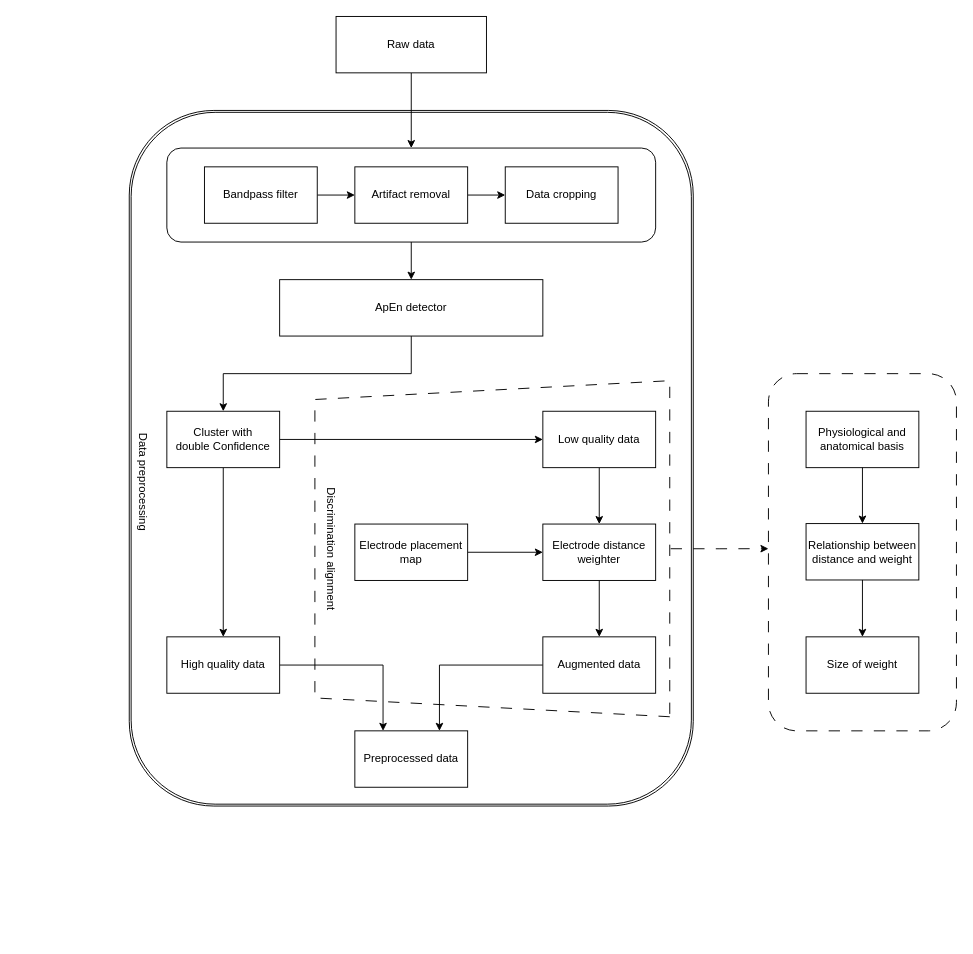
JiPingCui/hello-world keeps this draw.io diagram as Flowchart_0401汇报版本.drawio. Above is the earlier version. Source tidied: cells renumbered, new cells numbered last; positions are measured from the earlier drawing's top-left corner, leaving out a move shared by most shapes. Both pictures are drawn from the tidied source at 94%, with x=0, y=0 at pixel (82, 16).
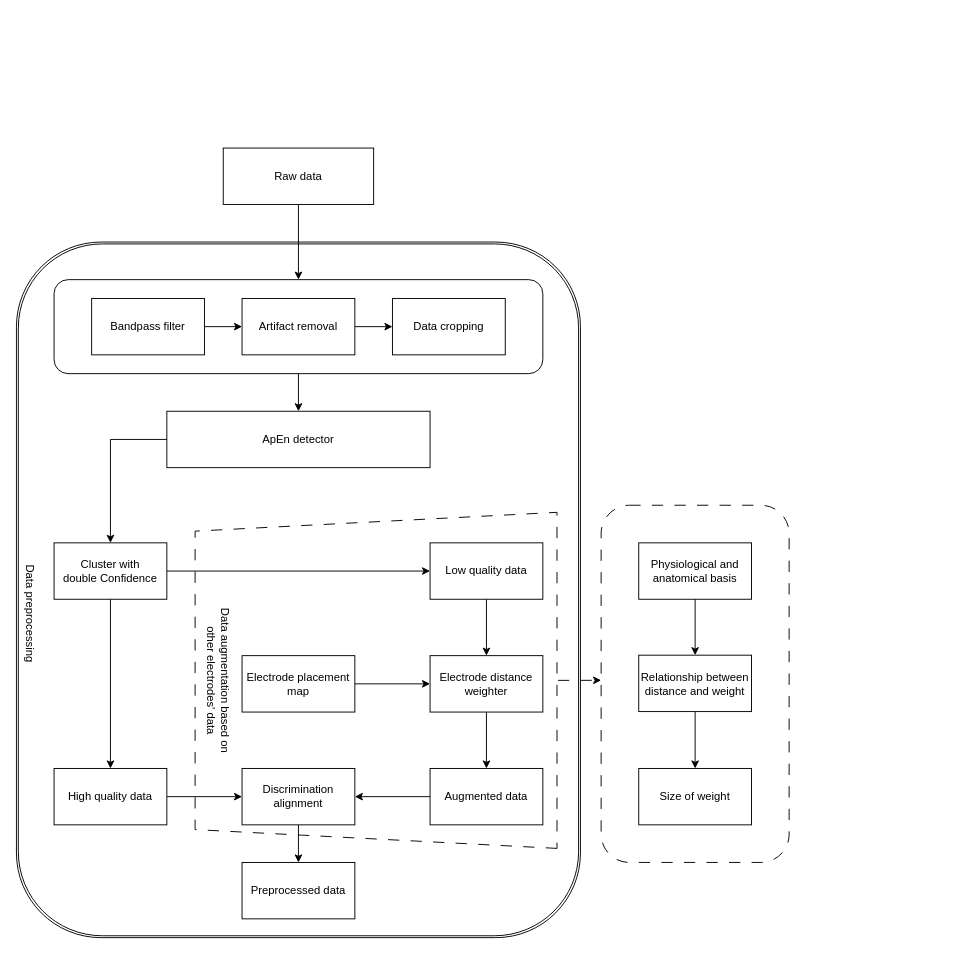
The same page after the edit.

Commit message (it also covers changes not shown here):
更新Flowchart_0401汇报版本.drawio

Diff of the diagram source:
```diff
@@
+    <mxCell id="38" style="group;" parent="1" vertex="1">
+      <mxGeometry x="-70" y="140" width="822" height="840" as="geometry" />
+    </mxCell>
-    <mxCell id="2" style="rounded=1;whiteSpace=wrap;html=1;fillColor=none;dashed=1;dashPattern=12 12;" parent="1" vertex="1">
-      <mxGeometry x="730" y="380" width="200" height="380" as="geometry" />
+    <mxCell id="2" style="rounded=1;whiteSpace=wrap;html=1;fillColor=none;dashed=1;dashPattern=12 12;" parent="38" vertex="1">
+      <mxGeometry x="622" y="380" width="200" height="380" as="geometry" />
     </mxCell>
-    <mxCell id="3" style="shape=ext;double=1;rounded=1;whiteSpace=wrap;html=1;fillColor=none;" parent="1" vertex="1">
-      <mxGeometry x="50" y="100" width="600" height="740" as="geometry" />
+    <mxCell id="3" style="shape=ext;double=1;rounded=1;whiteSpace=wrap;html=1;fillColor=none;" parent="38" vertex="1">
+      <mxGeometry y="100" width="600" height="740" as="geometry" />
     </mxCell>
-    <mxCell id="4" style="shape=trapezoid;perimeter=trapezoidPerimeter;whiteSpace=wrap;html=1;fixedSize=1;rotation=-90;strokeWidth=1;perimeterSpacing=1;fillColor=none;dashed=1;dashPattern=12 12;" parent="1" vertex="1">
-      <mxGeometry x="257.5" y="377.5" width="357.5" height="377.5" as="geometry" />
+    <mxCell id="4" style="shape=trapezoid;perimeter=trapezoidPerimeter;whiteSpace=wrap;html=1;fixedSize=1;rotation=-90;strokeWidth=1;perimeterSpacing=1;fillColor=none;dashed=1;dashPattern=12 12;" parent="38" vertex="1">
+      <mxGeometry x="203.8" y="373.8" width="357.5" height="385" as="geometry" />
     </mxCell>
-    <mxCell id="5" style="edgeStyle=orthogonalEdgeStyle;rounded=0;jettySize=auto;html=1;exitX=0.5;exitY=1;exitDx=0;exitDy=0;entryX=0.5;entryY=0;entryDx=0;entryDy=0;" parent="1" edge="1" source="6" target="25">
+    <mxCell id="5" style="edgeStyle=orthogonalEdgeStyle;rounded=0;jettySize=auto;html=1;exitX=0.5;exitY=1;exitDx=0;exitDy=0;entryX=0.5;entryY=0;entryDx=0;entryDy=0;" parent="38" edge="1" source="6" target="25">
       <mxGeometry relative="1" as="geometry" />
     </mxCell>
-    <mxCell id="6" value="Raw data" style="rounded=0;whiteSpace=wrap;html=1;" parent="1" vertex="1">
-      <mxGeometry x="270" width="160" height="60" as="geometry" />
+    <mxCell id="6" value="Raw data" style="rounded=0;whiteSpace=wrap;html=1;" parent="38" vertex="1">
+      <mxGeometry x="220" width="160" height="60" as="geometry" />
     </mxCell>
-    <mxCell id="7" style="edgeStyle=orthogonalEdgeStyle;rounded=0;jettySize=auto;html=1;entryX=0.5;entryY=0;entryDx=0;entryDy=0;" parent="1" edge="1" source="8" target="30">
+    <mxCell id="7" style="edgeStyle=orthogonalEdgeStyle;rounded=0;jettySize=auto;html=1;exitX=0;exitY=0.5;exitDx=0;exitDy=0;entryX=0.5;entryY=0;entryDx=0;entryDy=0;" parent="38" edge="1" source="8" target="30">
       <mxGeometry relative="1" as="geometry" />
     </mxCell>
-    <mxCell id="8" value="ApEn detector" style="rounded=0;whiteSpace=wrap;html=1;" parent="1" vertex="1">
-      <mxGeometry x="210" y="280" width="280" height="60" as="geometry" />
+    <mxCell id="8" value="ApEn detector" style="rounded=0;whiteSpace=wrap;html=1;" parent="38" vertex="1">
+      <mxGeometry x="160" y="280" width="280" height="60" as="geometry" />
     </mxCell>
-    <mxCell id="9" style="edgeStyle=orthogonalEdgeStyle;rounded=0;jettySize=auto;html=1;" parent="1" edge="1" source="10" target="19">
+    <mxCell id="9" style="edgeStyle=orthogonalEdgeStyle;rounded=0;jettySize=auto;html=1;" parent="38" edge="1" source="10" target="19">
       <mxGeometry relative="1" as="geometry" />
     </mxCell>
-    <mxCell id="10" value="Low quality data" style="rounded=0;whiteSpace=wrap;html=1;" parent="1" vertex="1">
-      <mxGeometry x="490" y="420" width="120" height="60" as="geometry" />
+    <mxCell id="10" value="Low quality data" style="rounded=0;whiteSpace=wrap;html=1;" parent="38" vertex="1">
+      <mxGeometry x="440" y="420" width="120" height="60" as="geometry" />
     </mxCell>
-    <mxCell id="11" style="edgeStyle=orthogonalEdgeStyle;rounded=0;jettySize=auto;html=1;entryX=0.25;entryY=0;entryDx=0;entryDy=0;" parent="1" edge="1" source="12" target="22">
+    <mxCell id="11" style="edgeStyle=orthogonalEdgeStyle;rounded=0;jettySize=auto;html=1;entryX=0;entryY=0.5;entryDx=0;entryDy=0;" parent="38" edge="1" source="12" target="40">
       <mxGeometry relative="1" as="geometry">
         <Array as="points">
-          <mxPoint x="150" y="690" />
-          <mxPoint x="320" y="690" />
+          <mxPoint x="240" y="690" />
         </Array>
       </mxGeometry>
     </mxCell>
-    <mxCell id="12" value="High quality data" style="rounded=0;whiteSpace=wrap;html=1;" parent="1" vertex="1">
-      <mxGeometry x="90" y="660" width="120" height="60" as="geometry" />
+    <mxCell id="12" value="High quality data" style="rounded=0;whiteSpace=wrap;html=1;" parent="38" vertex="1">
+      <mxGeometry x="40" y="660" width="120" height="60" as="geometry" />
     </mxCell>
-    <mxCell id="13" style="edgeStyle=orthogonalEdgeStyle;rounded=0;jettySize=auto;html=1;entryX=0;entryY=0.5;entryDx=0;entryDy=0;" parent="1" edge="1" source="14" target="16">
+    <mxCell id="13" style="edgeStyle=orthogonalEdgeStyle;rounded=0;jettySize=auto;html=1;entryX=0;entryY=0.5;entryDx=0;entryDy=0;" parent="38" edge="1" source="14" target="16">
       <mxGeometry relative="1" as="geometry" />
     </mxCell>
-    <mxCell id="14" value="Bandpass filter" style="rounded=0;whiteSpace=wrap;html=1;" parent="1" vertex="1">
-      <mxGeometry x="130" y="160" width="120" height="60" as="geometry" />
+    <mxCell id="14" value="Bandpass filter" style="rounded=0;whiteSpace=wrap;html=1;" parent="38" vertex="1">
+      <mxGeometry x="80" y="160" width="120" height="60" as="geometry" />
     </mxCell>
-    <mxCell id="15" style="edgeStyle=orthogonalEdgeStyle;rounded=0;jettySize=auto;html=1;entryX=0;entryY=0.5;entryDx=0;entryDy=0;" parent="1" edge="1" source="16" target="17">
+    <mxCell id="15" style="edgeStyle=orthogonalEdgeStyle;rounded=0;jettySize=auto;html=1;entryX=0;entryY=0.5;entryDx=0;entryDy=0;" parent="38" edge="1" source="16" target="17">
       <mxGeometry relative="1" as="geometry" />
     </mxCell>
-    <mxCell id="16" value="Artifact removal" style="rounded=0;whiteSpace=wrap;html=1;" parent="1" vertex="1">
-      <mxGeometry x="290" y="160" width="120" height="60" as="geometry" />
+    <mxCell id="16" value="Artifact removal" style="rounded=0;whiteSpace=wrap;html=1;" parent="38" vertex="1">
+      <mxGeometry x="240" y="160" width="120" height="60" as="geometry" />
     </mxCell>
-    <mxCell id="17" value="Data cropping" style="rounded=0;whiteSpace=wrap;html=1;" parent="1" vertex="1">
-      <mxGeometry x="450" y="160" width="120" height="60" as="geometry" />
+    <mxCell id="17" value="Data cropping" style="rounded=0;whiteSpace=wrap;html=1;" parent="38" vertex="1">
+      <mxGeometry x="400" y="160" width="120" height="60" as="geometry" />
     </mxCell>
-    <mxCell id="18" style="edgeStyle=orthogonalEdgeStyle;rounded=0;jettySize=auto;html=1;entryX=0.5;entryY=0;entryDx=0;entryDy=0;" parent="1" edge="1" source="19" target="21">
+    <mxCell id="18" style="edgeStyle=orthogonalEdgeStyle;rounded=0;jettySize=auto;html=1;entryX=0.5;entryY=0;entryDx=0;entryDy=0;" parent="38" edge="1" source="19" target="21">
       <mxGeometry relative="1" as="geometry" />
     </mxCell>
-    <mxCell id="19" value="Electrode distance weighter" style="rounded=0;whiteSpace=wrap;html=1;" parent="1" vertex="1">
-      <mxGeometry x="490" y="540" width="120" height="60" as="geometry" />
+    <mxCell id="19" value="Electrode distance weighter" style="rounded=0;whiteSpace=wrap;html=1;" parent="38" vertex="1">
+      <mxGeometry x="440" y="540" width="120" height="60" as="geometry" />
     </mxCell>
-    <mxCell id="20" style="edgeStyle=orthogonalEdgeStyle;rounded=0;jettySize=auto;html=1;entryX=0.75;entryY=0;entryDx=0;entryDy=0;" parent="1" edge="1" source="21" target="22">
+    <mxCell id="20" style="edgeStyle=orthogonalEdgeStyle;rounded=0;jettySize=auto;html=1;entryX=1;entryY=0.5;entryDx=0;entryDy=0;" parent="38" edge="1" source="21" target="40">
       <mxGeometry relative="1" as="geometry" />
     </mxCell>
-    <mxCell id="21" value="Augmented data" style="rounded=0;whiteSpace=wrap;html=1;" parent="1" vertex="1">
-      <mxGeometry x="490" y="660" width="120" height="60" as="geometry" />
+    <mxCell id="21" value="Augmented data" style="rounded=0;whiteSpace=wrap;html=1;" parent="38" vertex="1">
+      <mxGeometry x="440" y="660" width="120" height="60" as="geometry" />
     </mxCell>
-    <mxCell id="22" value="Preprocessed data" style="rounded=0;whiteSpace=wrap;html=1;" parent="1" vertex="1">
-      <mxGeometry x="290" y="760" width="120" height="60" as="geometry" />
+    <mxCell id="22" value="Preprocessed data" style="rounded=0;whiteSpace=wrap;html=1;" parent="38" vertex="1">
+      <mxGeometry x="240" y="760" width="120" height="60" as="geometry" />
     </mxCell>
-    <mxCell id="23" value="Data preprocessing" style="text;html=1;align=center;verticalAlign=middle;strokeColor=none;fillColor=none;rotation=90;" parent="1" vertex="1">
-      <mxGeometry y="480" width="130" height="30" as="geometry" />
+    <mxCell id="23" value="Data preprocessing" style="text;html=1;align=center;verticalAlign=middle;strokeColor=none;fillColor=none;rotation=90;" parent="38" vertex="1">
+      <mxGeometry x="-50" y="480" width="130" height="30" as="geometry" />
     </mxCell>
-    <mxCell id="24" style="edgeStyle=orthogonalEdgeStyle;rounded=0;jettySize=auto;html=1;entryX=0.5;entryY=0;entryDx=0;entryDy=0;" parent="1" edge="1" source="25" target="8">
+    <mxCell id="24" style="edgeStyle=orthogonalEdgeStyle;rounded=0;jettySize=auto;html=1;entryX=0.5;entryY=0;entryDx=0;entryDy=0;" parent="38" edge="1" source="25" target="8">
       <mxGeometry relative="1" as="geometry" />
     </mxCell>
-    <mxCell id="25" style="rounded=1;whiteSpace=wrap;html=1;fillColor=none;" parent="1" vertex="1">
-      <mxGeometry x="90" y="140" width="520" height="100" as="geometry" />
+    <mxCell id="25" style="rounded=1;whiteSpace=wrap;html=1;fillColor=none;" parent="38" vertex="1">
+      <mxGeometry x="40" y="140" width="520" height="100" as="geometry" />
     </mxCell>
-    <mxCell id="26" style="edgeStyle=orthogonalEdgeStyle;rounded=0;jettySize=auto;html=1;entryX=0;entryY=0.5;entryDx=0;entryDy=0;" parent="1" edge="1" source="27" target="19">
+    <mxCell id="26" style="edgeStyle=orthogonalEdgeStyle;rounded=0;jettySize=auto;html=1;entryX=0;entryY=0.5;entryDx=0;entryDy=0;" parent="38" edge="1" source="27" target="19">
       <mxGeometry relative="1" as="geometry" />
     </mxCell>
-    <mxCell id="27" value="Electrode placement map" style="rounded=0;whiteSpace=wrap;html=1;" parent="1" vertex="1">
-      <mxGeometry x="290" y="540" width="120" height="60" as="geometry" />
+    <mxCell id="27" value="Electrode placement map" style="rounded=0;whiteSpace=wrap;html=1;" parent="38" vertex="1">
+      <mxGeometry x="240" y="540" width="120" height="60" as="geometry" />
     </mxCell>
-    <mxCell id="28" style="edgeStyle=orthogonalEdgeStyle;rounded=0;jettySize=auto;html=1;exitX=1;exitY=0.5;exitDx=0;exitDy=0;" parent="1" edge="1" source="30" target="10">
+    <mxCell id="28" style="edgeStyle=orthogonalEdgeStyle;rounded=0;jettySize=auto;html=1;exitX=1;exitY=0.5;exitDx=0;exitDy=0;" parent="38" edge="1" source="30" target="10">
       <mxGeometry relative="1" as="geometry" />
     </mxCell>
-    <mxCell id="29" style="edgeStyle=orthogonalEdgeStyle;rounded=0;jettySize=auto;html=1;exitX=0.5;exitY=1;exitDx=0;exitDy=0;" parent="1" edge="1" source="30" target="12">
+    <mxCell id="29" style="edgeStyle=orthogonalEdgeStyle;rounded=0;jettySize=auto;html=1;exitX=0.5;exitY=1;exitDx=0;exitDy=0;" parent="38" edge="1" source="30" target="12">
       <mxGeometry relative="1" as="geometry" />
     </mxCell>
-    <mxCell id="30" value="&lt;div&gt;Cluster with&lt;/div&gt;&lt;div&gt;double Confidence&lt;/div&gt;" style="rounded=0;whiteSpace=wrap;html=1;" parent="1" vertex="1">
-      <mxGeometry x="90" y="420" width="120" height="60" as="geometry" />
+    <mxCell id="30" value="&lt;div&gt;Cluster with&lt;/div&gt;&lt;div&gt;double Confidence&lt;/div&gt;" style="rounded=0;whiteSpace=wrap;html=1;" parent="38" vertex="1">
+      <mxGeometry x="40" y="420" width="120" height="60" as="geometry" />
     </mxCell>
-    <mxCell id="31" style="edgeStyle=orthogonalEdgeStyle;rounded=0;jettySize=auto;html=1;" parent="1" edge="1" source="32" target="35">
+    <mxCell id="31" style="edgeStyle=orthogonalEdgeStyle;rounded=0;jettySize=auto;html=1;" parent="38" edge="1" source="32" target="35">
       <mxGeometry relative="1" as="geometry" />
     </mxCell>
-    <mxCell id="32" value="Physiological and anatomical basis" style="whiteSpace=wrap;html=1;fillColor=none;strokeWidth=1;" parent="1" vertex="1">
-      <mxGeometry x="770" y="420" width="120" height="60" as="geometry" />
+    <mxCell id="32" value="Physiological and anatomical basis" style="whiteSpace=wrap;html=1;fillColor=none;strokeWidth=1;" parent="38" vertex="1">
+      <mxGeometry x="662" y="420" width="120" height="60" as="geometry" />
     </mxCell>
-    <mxCell id="33" value="Discrimination alignment" style="text;html=1;align=center;verticalAlign=middle;strokeColor=none;fillColor=none;rotation=90;" parent="1" vertex="1">
-      <mxGeometry x="190" y="551.2" width="150" height="30" as="geometry" />
+    <mxCell id="33" value="&lt;div&gt;Data augmentation based on&lt;/div&gt;&lt;div&gt;other electrodes' data&lt;/div&gt;" style="text;html=1;align=center;verticalAlign=middle;strokeColor=none;fillColor=none;rotation=90;" parent="38" vertex="1">
+      <mxGeometry x="125" y="546.2" width="180" height="40" as="geometry" />
     </mxCell>
-    <mxCell id="34" style="edgeStyle=orthogonalEdgeStyle;rounded=0;jettySize=auto;html=1;" parent="1" edge="1" source="35" target="36">
+    <mxCell id="34" style="edgeStyle=orthogonalEdgeStyle;rounded=0;jettySize=auto;html=1;" parent="38" edge="1" source="35" target="36">
       <mxGeometry relative="1" as="geometry" />
     </mxCell>
-    <mxCell id="35" value="Relationship between distance and weight" style="whiteSpace=wrap;html=1;fillColor=none;strokeWidth=1;" parent="1" vertex="1">
-      <mxGeometry x="770" y="539.5" width="120" height="60" as="geometry" />
+    <mxCell id="35" value="Relationship between distance and weight" style="whiteSpace=wrap;html=1;fillColor=none;strokeWidth=1;" parent="38" vertex="1">
+      <mxGeometry x="662" y="539.5" width="120" height="60" as="geometry" />
     </mxCell>
-    <mxCell id="36" value="Size of weight" style="whiteSpace=wrap;html=1;fillColor=none;strokeWidth=1;" parent="1" vertex="1">
-      <mxGeometry x="770" y="660" width="120" height="60" as="geometry" />
+    <mxCell id="36" value="Size of weight" style="whiteSpace=wrap;html=1;fillColor=none;strokeWidth=1;" parent="38" vertex="1">
+      <mxGeometry x="662" y="660" width="120" height="60" as="geometry" />
     </mxCell>
-    <mxCell id="37" style="edgeStyle=orthogonalEdgeStyle;rounded=0;jettySize=auto;html=1;exitX=0.5;exitY=1;exitDx=0;exitDy=0;entryX=0;entryY=0.49;entryDx=0;entryDy=0;entryPerimeter=0;dashed=1;dashPattern=12 12;" parent="1" edge="1" source="4" target="2">
+    <mxCell id="37" style="edgeStyle=orthogonalEdgeStyle;rounded=0;jettySize=auto;html=1;exitX=0.5;exitY=1;exitDx=0;exitDy=0;entryX=0;entryY=0.49;entryDx=0;entryDy=0;entryPerimeter=0;dashed=1;dashPattern=12 12;" parent="38" edge="1" source="4" target="2">
       <mxGeometry relative="1" as="geometry" />
     </mxCell>
+    <mxCell id="39" style="edgeStyle=orthogonalEdgeStyle;rounded=0;jettySize=auto;html=1;entryX=0.5;entryY=0;entryDx=0;entryDy=0;" parent="38" edge="1" source="40" target="22">
+      <mxGeometry relative="1" as="geometry" />
+    </mxCell>
+    <mxCell id="40" value="Discrimination alignment" style="rounded=0;whiteSpace=wrap;html=1;" parent="38" vertex="1">
+      <mxGeometry x="240" y="660" width="120" height="60" as="geometry" />
+    </mxCell>
```
